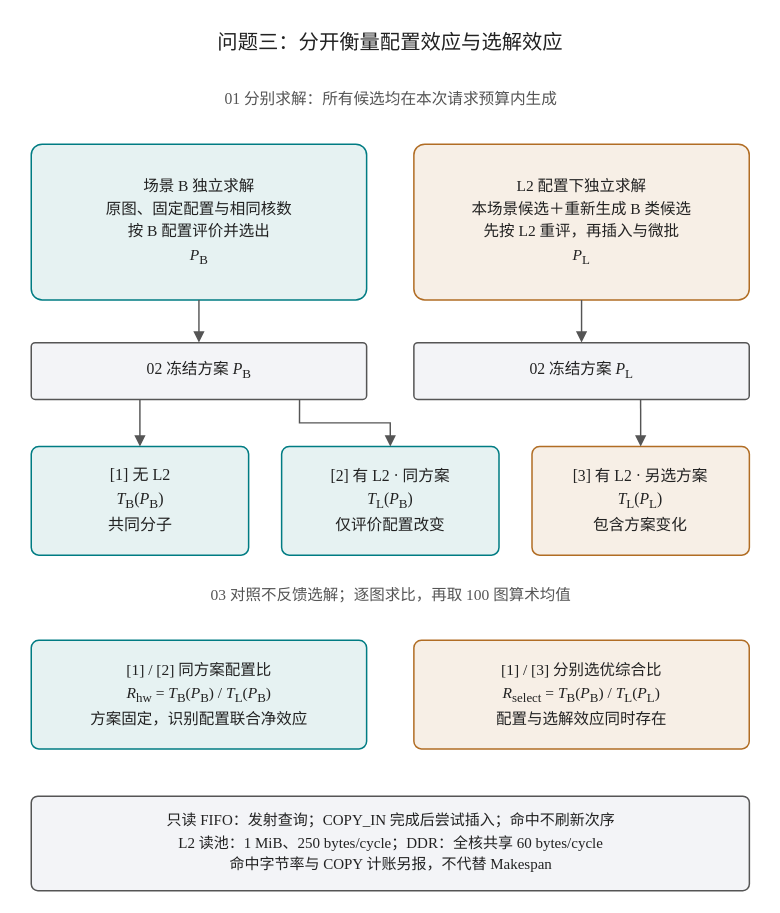
Above: r12_answer_20260925/流程图_优化版_20260926/drawio/03_R12_问题三_配置与选解.drawio in 124-creator/HuaWei (draw.io), before the change. Source tidied: cells renumbered, new cells numbered last; positions are measured from the earlier drawing's top-left corner, leaving out a move shared by most shapes. Both pictures are drawn from the tidied source at 125%, with x=0, y=0 at pixel (21, 21).
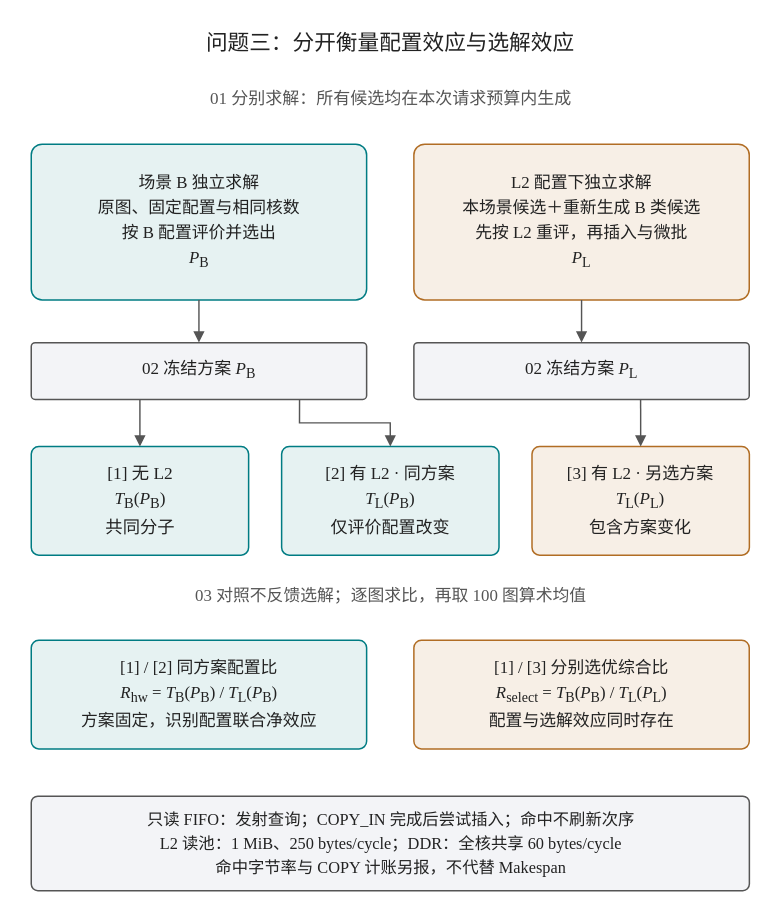
The same page after the edit.

Change to the diagram source:
```diff
@@
-    <mxCell id="2" value="&lt;div style=&quot;font-family:'Liberation Serif','WenQuanYi Zen Hei';line-height:1.48;&quot;&gt;问题三：分开衡量配置效应与选解效应&lt;/div&gt;" style="text;html=1;whiteSpace=wrap;align=center;verticalAlign=middle;fontFamily=WenQuanYi Zen Hei;fontSize=16.266666666666666;fontColor=#222222;fillColor=none;strokeColor=none;strokeWidth=1.2;spacing=5;" parent="1" vertex="1">
+    <mxCell id="2" value="&lt;div style=&quot;font-family:'Liberation Serif','WenQuanYi Zen Hei';line-height:1.48;&quot;&gt;问题三：分开衡量配置效应与选解效应&lt;/div&gt;" style="text;html=1;whiteSpace=wrap;align=center;verticalAlign=middle;fontFamily=WenQuanYi Zen Hei;fontSize=17.333333333333332;fontColor=#222222;fillColor=none;strokeColor=none;strokeWidth=1.2;spacing=5;" parent="1" vertex="1">
       <mxGeometry x="-0.1" y="-0.4" width="589.6" height="34" as="geometry" />
     </mxCell>
-    <mxCell id="3" value="&lt;div style=&quot;font-family:'Liberation Serif','WenQuanYi Zen Hei';line-height:1.48;&quot;&gt;01  分别求解：所有候选均在本次请求预算内生成&lt;/div&gt;" style="text;html=1;whiteSpace=wrap;align=center;verticalAlign=middle;fontFamily=WenQuanYi Zen Hei;fontSize=12.533333333333333;fontColor=#555555;fillColor=none;strokeColor=none;strokeWidth=1.2;spacing=5;" parent="1" vertex="1">
+    <mxCell id="3" value="&lt;div style=&quot;font-family:'Liberation Serif','WenQuanYi Zen Hei';line-height:1.48;&quot;&gt;01  分别求解：所有候选均在本次请求预算内生成&lt;/div&gt;" style="text;html=1;whiteSpace=wrap;align=center;verticalAlign=middle;fontFamily=WenQuanYi Zen Hei;fontSize=13.6;fontColor=#555555;fillColor=none;strokeColor=none;strokeWidth=1.2;spacing=5;" parent="1" vertex="1">
       <mxGeometry x="7.5" y="48.7" width="574.5" height="26.5" as="geometry" />
     </mxCell>
-    <mxCell id="4" value="&lt;div style=&quot;font-family:'Liberation Serif','WenQuanYi Zen Hei';line-height:1.48;&quot;&gt;场景 B 独立求解&lt;br&gt;原图、固定配置与相同核数&lt;br&gt;按 B 配置评价并选出&lt;br&gt;&lt;i&gt;P&lt;/i&gt;&lt;sub&gt;B&lt;/sub&gt;&lt;/div&gt;" style="rounded=1;arcSize=7;html=1;whiteSpace=wrap;align=center;verticalAlign=middle;fontFamily=WenQuanYi Zen Hei;fontSize=12.4;fontColor=#222222;fillColor=#E6F2F2;strokeColor=#007C83;strokeWidth=1.2;spacing=5;" parent="1" vertex="1">
+    <mxCell id="4" value="&lt;div style=&quot;font-family:'Liberation Serif','WenQuanYi Zen Hei';line-height:1.48;&quot;&gt;场景 B 独立求解&lt;br&gt;原图、固定配置与相同核数&lt;br&gt;按 B 配置评价并选出&lt;br&gt;&lt;i&gt;P&lt;/i&gt;&lt;sub&gt;B&lt;/sub&gt;&lt;/div&gt;" style="rounded=1;arcSize=7;html=1;whiteSpace=wrap;align=center;verticalAlign=middle;fontFamily=WenQuanYi Zen Hei;fontSize=13.466666666666667;fontColor=#222222;fillColor=#E6F2F2;strokeColor=#007C83;strokeWidth=1.2;spacing=5;" parent="1" vertex="1">
       <mxGeometry x="7.5" y="97.8" width="268.3" height="124.7" as="geometry" />
     </mxCell>
-    <mxCell id="5" value="&lt;div style=&quot;font-family:'Liberation Serif','WenQuanYi Zen Hei';line-height:1.48;&quot;&gt;L2 配置下独立求解&lt;br&gt;本场景候选＋重新生成 B 类候选&lt;br&gt;先按 L2 重评，再插入与微批&lt;br&gt;&lt;i&gt;P&lt;/i&gt;&lt;sub&gt;L&lt;/sub&gt;&lt;/div&gt;" style="rounded=1;arcSize=7;html=1;whiteSpace=wrap;align=center;verticalAlign=middle;fontFamily=WenQuanYi Zen Hei;fontSize=12.4;fontColor=#222222;fillColor=#F7EFE6;strokeColor=#B16D24;strokeWidth=1.2;spacing=5;" parent="1" vertex="1">
+    <mxCell id="5" value="&lt;div style=&quot;font-family:'Liberation Serif','WenQuanYi Zen Hei';line-height:1.48;&quot;&gt;L2 配置下独立求解&lt;br&gt;本场景候选＋重新生成 B 类候选&lt;br&gt;先按 L2 重评，再插入与微批&lt;br&gt;&lt;i&gt;P&lt;/i&gt;&lt;sub&gt;L&lt;/sub&gt;&lt;/div&gt;" style="rounded=1;arcSize=7;html=1;whiteSpace=wrap;align=center;verticalAlign=middle;fontFamily=WenQuanYi Zen Hei;fontSize=13.466666666666667;fontColor=#222222;fillColor=#F7EFE6;strokeColor=#B16D24;strokeWidth=1.2;spacing=5;" parent="1" vertex="1">
       <mxGeometry x="313.6" y="97.8" width="268.3" height="124.7" as="geometry" />
     </mxCell>
-    <mxCell id="6" value="&lt;div style=&quot;font-family:'Liberation Serif','WenQuanYi Zen Hei';line-height:1.48;&quot;&gt;02  冻结方案 &lt;i&gt;P&lt;/i&gt;&lt;sub&gt;B&lt;/sub&gt;&lt;/div&gt;" style="rounded=1;arcSize=7;html=1;whiteSpace=wrap;align=center;verticalAlign=middle;fontFamily=WenQuanYi Zen Hei;fontSize=12.533333333333333;fontColor=#222222;fillColor=#F3F4F7;strokeColor=#555555;strokeWidth=1.2;spacing=5;" parent="1" vertex="1">
+    <mxCell id="6" value="&lt;div style=&quot;font-family:'Liberation Serif','WenQuanYi Zen Hei';line-height:1.48;&quot;&gt;02  冻结方案 &lt;i&gt;P&lt;/i&gt;&lt;sub&gt;B&lt;/sub&gt;&lt;/div&gt;" style="rounded=1;arcSize=7;html=1;whiteSpace=wrap;align=center;verticalAlign=middle;fontFamily=WenQuanYi Zen Hei;fontSize=13.6;fontColor=#222222;fillColor=#F3F4F7;strokeColor=#555555;strokeWidth=1.2;spacing=5;" parent="1" vertex="1">
       <mxGeometry x="7.5" y="256.6" width="268.3" height="45.4" as="geometry" />
     </mxCell>
-    <mxCell id="7" value="&lt;div style=&quot;font-family:'Liberation Serif','WenQuanYi Zen Hei';line-height:1.48;&quot;&gt;02  冻结方案 &lt;i&gt;P&lt;/i&gt;&lt;sub&gt;L&lt;/sub&gt;&lt;/div&gt;" style="rounded=1;arcSize=7;html=1;whiteSpace=wrap;align=center;verticalAlign=middle;fontFamily=WenQuanYi Zen Hei;fontSize=12.533333333333333;fontColor=#222222;fillColor=#F3F4F7;strokeColor=#555555;strokeWidth=1.2;spacing=5;" parent="1" vertex="1">
+    <mxCell id="7" value="&lt;div style=&quot;font-family:'Liberation Serif','WenQuanYi Zen Hei';line-height:1.48;&quot;&gt;02  冻结方案 &lt;i&gt;P&lt;/i&gt;&lt;sub&gt;L&lt;/sub&gt;&lt;/div&gt;" style="rounded=1;arcSize=7;html=1;whiteSpace=wrap;align=center;verticalAlign=middle;fontFamily=WenQuanYi Zen Hei;fontSize=13.6;fontColor=#222222;fillColor=#F3F4F7;strokeColor=#555555;strokeWidth=1.2;spacing=5;" parent="1" vertex="1">
       <mxGeometry x="313.6" y="256.6" width="268.3" height="45.4" as="geometry" />
     </mxCell>
-    <mxCell id="8" value="&lt;div style=&quot;font-family:'Liberation Serif','WenQuanYi Zen Hei';line-height:1.48;&quot;&gt;[1]  无 L2&lt;br&gt;&lt;i&gt;T&lt;/i&gt;&lt;sub&gt;B&lt;/sub&gt;(&lt;i&gt;P&lt;/i&gt;&lt;sub&gt;B&lt;/sub&gt;)&lt;br&gt;共同分子&lt;/div&gt;" style="rounded=1;arcSize=7;html=1;whiteSpace=wrap;align=center;verticalAlign=middle;fontFamily=WenQuanYi Zen Hei;fontSize=12.799999999999999;fontColor=#222222;fillColor=#E6F2F2;strokeColor=#007C83;strokeWidth=1.2;spacing=5;" parent="1" vertex="1">
+    <mxCell id="8" value="&lt;div style=&quot;font-family:'Liberation Serif','WenQuanYi Zen Hei';line-height:1.48;&quot;&gt;[1]  无 L2&lt;br&gt;&lt;i&gt;T&lt;/i&gt;&lt;sub&gt;B&lt;/sub&gt;(&lt;i&gt;P&lt;/i&gt;&lt;sub&gt;B&lt;/sub&gt;)&lt;br&gt;共同分子&lt;/div&gt;" style="rounded=1;arcSize=7;html=1;whiteSpace=wrap;align=center;verticalAlign=middle;fontFamily=WenQuanYi Zen Hei;fontSize=13.866666666666667;fontColor=#222222;fillColor=#E6F2F2;strokeColor=#007C83;strokeWidth=1.2;spacing=5;" parent="1" vertex="1">
       <mxGeometry x="7.5" y="339.7" width="173.9" height="86.9" as="geometry" />
     </mxCell>
-    <mxCell id="9" value="&lt;div style=&quot;font-family:'Liberation Serif','WenQuanYi Zen Hei';line-height:1.48;&quot;&gt;[2]  有 L2 · 同方案&lt;br&gt;&lt;i&gt;T&lt;/i&gt;&lt;sub&gt;L&lt;/sub&gt;(&lt;i&gt;P&lt;/i&gt;&lt;sub&gt;B&lt;/sub&gt;)&lt;br&gt;仅评价配置改变&lt;/div&gt;" style="rounded=1;arcSize=7;html=1;whiteSpace=wrap;align=center;verticalAlign=middle;fontFamily=WenQuanYi Zen Hei;fontSize=12.533333333333333;fontColor=#222222;fillColor=#E6F2F2;strokeColor=#007C83;strokeWidth=1.2;spacing=5;" parent="1" vertex="1">
+    <mxCell id="9" value="&lt;div style=&quot;font-family:'Liberation Serif','WenQuanYi Zen Hei';line-height:1.48;&quot;&gt;[2]  有 L2 · 同方案&lt;br&gt;&lt;i&gt;T&lt;/i&gt;&lt;sub&gt;L&lt;/sub&gt;(&lt;i&gt;P&lt;/i&gt;&lt;sub&gt;B&lt;/sub&gt;)&lt;br&gt;仅评价配置改变&lt;/div&gt;" style="rounded=1;arcSize=7;html=1;whiteSpace=wrap;align=center;verticalAlign=middle;fontFamily=WenQuanYi Zen Hei;fontSize=13.6;fontColor=#222222;fillColor=#E6F2F2;strokeColor=#007C83;strokeWidth=1.2;spacing=5;" parent="1" vertex="1">
       <mxGeometry x="207.8" y="339.7" width="173.9" height="86.9" as="geometry" />
     </mxCell>
-    <mxCell id="10" value="&lt;div style=&quot;font-family:'Liberation Serif','WenQuanYi Zen Hei';line-height:1.48;&quot;&gt;[3]  有 L2 · 另选方案&lt;br&gt;&lt;i&gt;T&lt;/i&gt;&lt;sub&gt;L&lt;/sub&gt;(&lt;i&gt;P&lt;/i&gt;&lt;sub&gt;L&lt;/sub&gt;)&lt;br&gt;包含方案变化&lt;/div&gt;" style="rounded=1;arcSize=7;html=1;whiteSpace=wrap;align=center;verticalAlign=middle;fontFamily=WenQuanYi Zen Hei;fontSize=12.533333333333333;fontColor=#222222;fillColor=#F7EFE6;strokeColor=#B16D24;strokeWidth=1.2;spacing=5;" parent="1" vertex="1">
+    <mxCell id="10" value="&lt;div style=&quot;font-family:'Liberation Serif','WenQuanYi Zen Hei';line-height:1.48;&quot;&gt;[3]  有 L2 · 另选方案&lt;br&gt;&lt;i&gt;T&lt;/i&gt;&lt;sub&gt;L&lt;/sub&gt;(&lt;i&gt;P&lt;/i&gt;&lt;sub&gt;L&lt;/sub&gt;)&lt;br&gt;包含方案变化&lt;/div&gt;" style="rounded=1;arcSize=7;html=1;whiteSpace=wrap;align=center;verticalAlign=middle;fontFamily=WenQuanYi Zen Hei;fontSize=13.6;fontColor=#222222;fillColor=#F7EFE6;strokeColor=#B16D24;strokeWidth=1.2;spacing=5;" parent="1" vertex="1">
       <mxGeometry x="408.1" y="339.7" width="173.9" height="86.9" as="geometry" />
     </mxCell>
-    <mxCell id="11" value="&lt;div style=&quot;font-family:'Liberation Serif','WenQuanYi Zen Hei';line-height:1.48;&quot;&gt;03  对照不反馈选解；逐图求比，再取 100 图算术均值&lt;/div&gt;" style="text;html=1;whiteSpace=wrap;align=center;verticalAlign=middle;fontFamily=WenQuanYi Zen Hei;fontSize=12.4;fontColor=#555555;fillColor=none;strokeColor=none;strokeWidth=1.2;spacing=5;" parent="1" vertex="1">
+    <mxCell id="11" value="&lt;div style=&quot;font-family:'Liberation Serif','WenQuanYi Zen Hei';line-height:1.48;&quot;&gt;03  对照不反馈选解；逐图求比，再取 100 图算术均值&lt;/div&gt;" style="text;html=1;whiteSpace=wrap;align=center;verticalAlign=middle;fontFamily=WenQuanYi Zen Hei;fontSize=13.466666666666667;fontColor=#555555;fillColor=none;strokeColor=none;strokeWidth=1.2;spacing=5;" parent="1" vertex="1">
       <mxGeometry x="7.5" y="445.5" width="574.5" height="26.5" as="geometry" />
     </mxCell>
-    <mxCell id="12" value="&lt;div style=&quot;font-family:'Liberation Serif','WenQuanYi Zen Hei';line-height:1.48;&quot;&gt;[1] / [2]  同方案配置比&lt;br&gt;&lt;i&gt;R&lt;/i&gt;&lt;sub&gt;hw&lt;/sub&gt; = &lt;i&gt;T&lt;/i&gt;&lt;sub&gt;B&lt;/sub&gt;(&lt;i&gt;P&lt;/i&gt;&lt;sub&gt;B&lt;/sub&gt;) / &lt;i&gt;T&lt;/i&gt;&lt;sub&gt;L&lt;/sub&gt;(&lt;i&gt;P&lt;/i&gt;&lt;sub&gt;B&lt;/sub&gt;)&lt;br&gt;方案固定，识别配置联合净效应&lt;/div&gt;" style="rounded=1;arcSize=7;html=1;whiteSpace=wrap;align=center;verticalAlign=middle;fontFamily=WenQuanYi Zen Hei;fontSize=12.4;fontColor=#222222;fillColor=#E6F2F2;strokeColor=#007C83;strokeWidth=1.2;spacing=5;" parent="1" vertex="1">
+    <mxCell id="12" value="&lt;div style=&quot;font-family:'Liberation Serif','WenQuanYi Zen Hei';line-height:1.48;&quot;&gt;[1] / [2]  同方案配置比&lt;br&gt;&lt;i&gt;R&lt;/i&gt;&lt;sub&gt;hw&lt;/sub&gt; = &lt;i&gt;T&lt;/i&gt;&lt;sub&gt;B&lt;/sub&gt;(&lt;i&gt;P&lt;/i&gt;&lt;sub&gt;B&lt;/sub&gt;) / &lt;i&gt;T&lt;/i&gt;&lt;sub&gt;L&lt;/sub&gt;(&lt;i&gt;P&lt;/i&gt;&lt;sub&gt;B&lt;/sub&gt;)&lt;br&gt;方案固定，识别配置联合净效应&lt;/div&gt;" style="rounded=1;arcSize=7;html=1;whiteSpace=wrap;align=center;verticalAlign=middle;fontFamily=WenQuanYi Zen Hei;fontSize=13.466666666666667;fontColor=#222222;fillColor=#E6F2F2;strokeColor=#007C83;strokeWidth=1.2;spacing=5;" parent="1" vertex="1">
       <mxGeometry x="7.5" y="494.7" width="268.3" height="86.9" as="geometry" />
     </mxCell>
-    <mxCell id="13" value="&lt;div style=&quot;font-family:'Liberation Serif','WenQuanYi Zen Hei';line-height:1.48;&quot;&gt;[1] / [3]  分别选优综合比&lt;br&gt;&lt;i&gt;R&lt;/i&gt;&lt;sub&gt;select&lt;/sub&gt; = &lt;i&gt;T&lt;/i&gt;&lt;sub&gt;B&lt;/sub&gt;(&lt;i&gt;P&lt;/i&gt;&lt;sub&gt;B&lt;/sub&gt;) / &lt;i&gt;T&lt;/i&gt;&lt;sub&gt;L&lt;/sub&gt;(&lt;i&gt;P&lt;/i&gt;&lt;sub&gt;L&lt;/sub&gt;)&lt;br&gt;配置与选解效应同时存在&lt;/div&gt;" style="rounded=1;arcSize=7;html=1;whiteSpace=wrap;align=center;verticalAlign=middle;fontFamily=WenQuanYi Zen Hei;fontSize=12.4;fontColor=#222222;fillColor=#F7EFE6;strokeColor=#B16D24;strokeWidth=1.2;spacing=5;" parent="1" vertex="1">
+    <mxCell id="13" value="&lt;div style=&quot;font-family:'Liberation Serif','WenQuanYi Zen Hei';line-height:1.48;&quot;&gt;[1] / [3]  分别选优综合比&lt;br&gt;&lt;i&gt;R&lt;/i&gt;&lt;sub&gt;select&lt;/sub&gt; = &lt;i&gt;T&lt;/i&gt;&lt;sub&gt;B&lt;/sub&gt;(&lt;i&gt;P&lt;/i&gt;&lt;sub&gt;B&lt;/sub&gt;) / &lt;i&gt;T&lt;/i&gt;&lt;sub&gt;L&lt;/sub&gt;(&lt;i&gt;P&lt;/i&gt;&lt;sub&gt;L&lt;/sub&gt;)&lt;br&gt;配置与选解效应同时存在&lt;/div&gt;" style="rounded=1;arcSize=7;html=1;whiteSpace=wrap;align=center;verticalAlign=middle;fontFamily=WenQuanYi Zen Hei;fontSize=13.466666666666667;fontColor=#222222;fillColor=#F7EFE6;strokeColor=#B16D24;strokeWidth=1.2;spacing=5;" parent="1" vertex="1">
       <mxGeometry x="313.6" y="494.7" width="268.3" height="86.9" as="geometry" />
     </mxCell>
-    <mxCell id="14" value="&lt;div style=&quot;font-family:'Liberation Serif','WenQuanYi Zen Hei';line-height:1.48;&quot;&gt;只读 FIFO：发射查询；COPY_IN 完成后尝试插入；命中不刷新次序&lt;br&gt;L2 读池：1 MiB、250 bytes/cycle；DDR：全核共享 60 bytes/cycle&lt;br&gt;命中字节率与 COPY 计账另报，不代替 Makespan&lt;/div&gt;" style="rounded=1;arcSize=7;html=1;whiteSpace=wrap;align=center;verticalAlign=middle;fontFamily=WenQuanYi Zen Hei;fontSize=12.0;fontColor=#222222;fillColor=#F3F4F7;strokeColor=#555555;strokeWidth=1.2;spacing=5;" parent="1" vertex="1">
+    <mxCell id="14" value="&lt;div style=&quot;font-family:'Liberation Serif','WenQuanYi Zen Hei';line-height:1.48;&quot;&gt;只读 FIFO：发射查询；COPY_IN 完成后尝试插入；命中不刷新次序&lt;br&gt;L2 读池：1 MiB、250 bytes/cycle；DDR：全核共享 60 bytes/cycle&lt;br&gt;命中字节率与 COPY 计账另报，不代替 Makespan&lt;/div&gt;" style="rounded=1;arcSize=7;html=1;whiteSpace=wrap;align=center;verticalAlign=middle;fontFamily=WenQuanYi Zen Hei;fontSize=13.066666666666668;fontColor=#222222;fillColor=#F3F4F7;strokeColor=#555555;strokeWidth=1.2;spacing=5;" parent="1" vertex="1">
       <mxGeometry x="7.5" y="619.4" width="574.5" height="75.6" as="geometry" />
     </mxCell>
```
